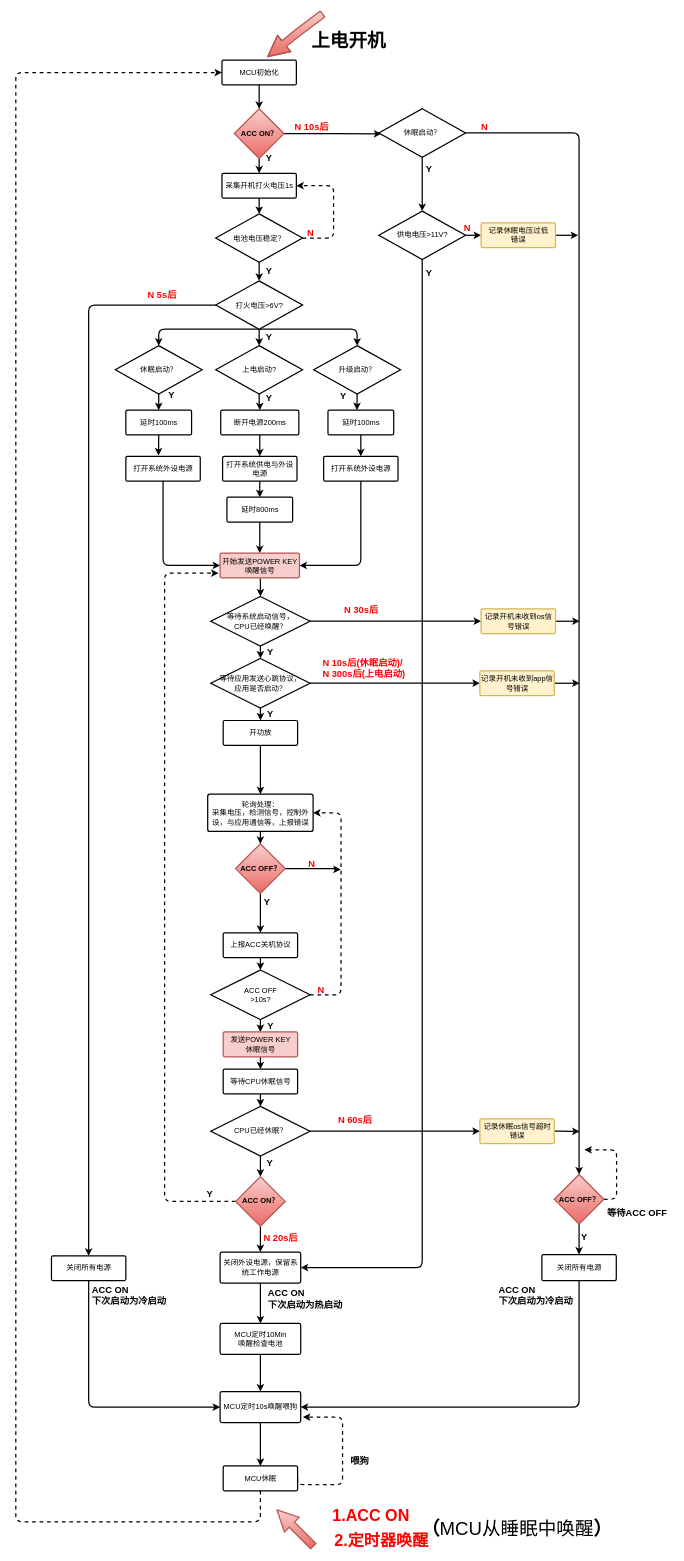
Above: page "第 3 页" (3 of 3) of 009_XIUMING.drawio in yintianlan/Picture_Draw (draw.io), before the change. Source tidied: cells renumbered, new cells numbered last; positions are measured from the earlier drawing's top-left corner, leaving out a move shared by most shapes. Both pictures are drawn from the tidied source at 62%, with x=0, y=0 at pixel (16, 14).
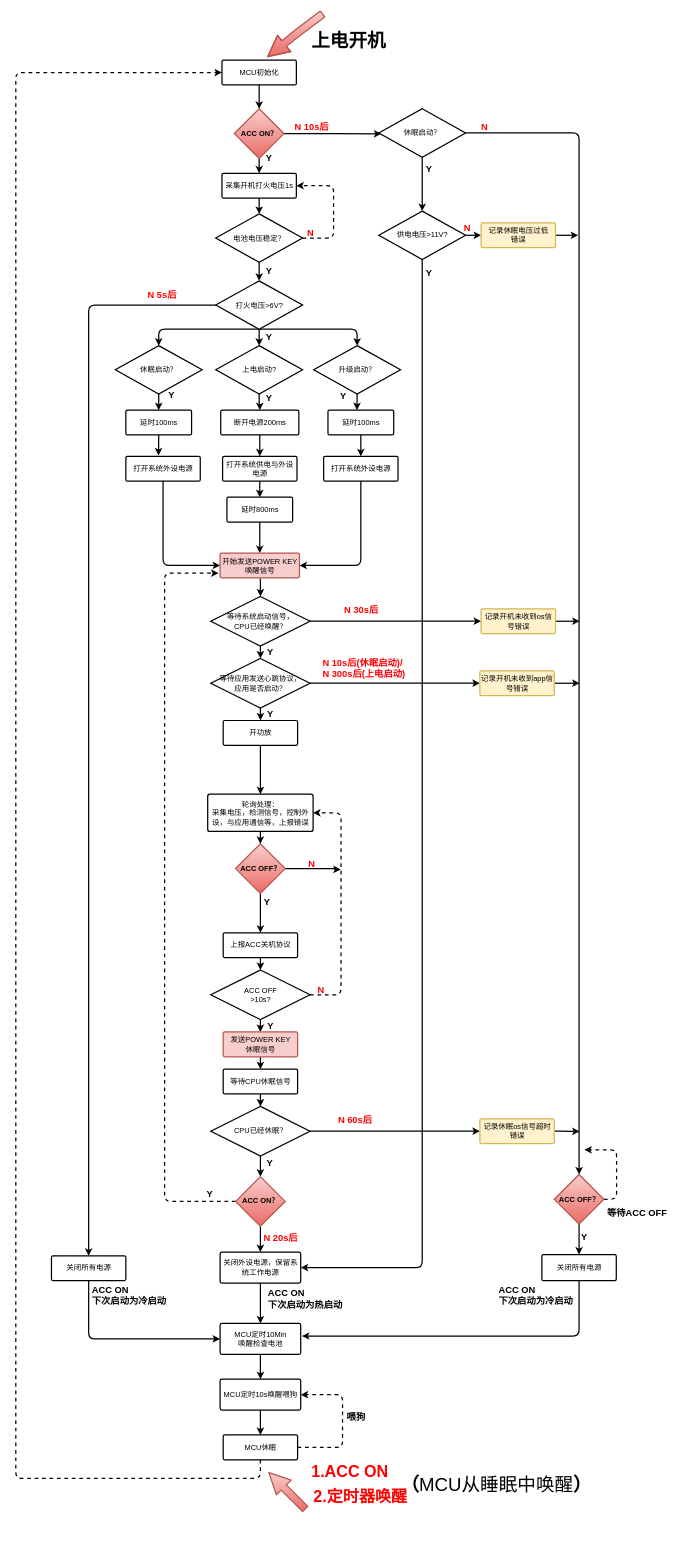
The same diagram, later.

Unchanged cells that the change refers to:
```xml
<mxCell id="40" value="MCU初始化" style="strokeWidth=2;html=1;shape=mxgraph.flowchart.process;whiteSpace=wrap;fontFamily=Helvetica;align=center;" parent="1" vertex="1">
  <mxGeometry x="332.5" y="74.5" width="120" height="40" as="geometry" />
</mxCell>
<mxCell id="67" value="关闭所有电源&lt;br&gt;" style="strokeWidth=2;html=1;shape=mxgraph.flowchart.process;whiteSpace=wrap;fillColor=none;fontFamily=Helvetica;align=center;strokeColor=#000000;" parent="1" vertex="1">
  <mxGeometry x="57.5" y="2003" width="120" height="40" as="geometry" />
</mxCell>
<mxCell id="86" value="关闭所有电源" style="strokeWidth=2;html=1;shape=mxgraph.flowchart.process;whiteSpace=wrap;fillColor=none;fontFamily=Helvetica;align=center;strokeColor=#000000;" parent="1" vertex="1">
  <mxGeometry x="848.5" y="2001" width="120" height="42" as="geometry" />
</mxCell>
<mxCell id="129" value="MCU定时10Min&lt;br&gt;唤醒检查电池" style="strokeWidth=2;html=1;shape=mxgraph.flowchart.process;whiteSpace=wrap;fillColor=none;fontFamily=Helvetica;align=center;strokeColor=#000000;" parent="1" vertex="1">
  <mxGeometry x="329.5" y="2112" width="130" height="50" as="geometry" />
</mxCell>
```

What changed in the source:
```diff
@@
     <mxCell id="28" style="edgeStyle=orthogonalEdgeStyle;rounded=1;jettySize=auto;html=1;exitX=0.5;exitY=1;exitDx=0;exitDy=0;exitPerimeter=0;strokeWidth=2;entryX=0;entryY=0.5;entryDx=0;entryDy=0;entryPerimeter=0;dashed=1;" parent="1" edge="1" source="30" target="40">
       <mxGeometry relative="1" as="geometry">
         <Array as="points">
-          <mxPoint x="395" y="2432" />
-          <mxPoint y="2432" />
-          <mxPoint y="94" />
+          <mxPoint x="395" y="2362" />
+          <mxPoint y="2362" />
+          <mxPoint y="95" />
         </Array>
       </mxGeometry>
     </mxCell>
-    <mxCell id="29" style="edgeStyle=orthogonalEdgeStyle;rounded=1;jettySize=auto;html=1;exitX=1;exitY=0.5;exitDx=0;exitDy=0;exitPerimeter=0;strokeWidth=2;dashed=1;" parent="1" edge="1" source="30">
+    <mxCell id="29" style="edgeStyle=orthogonalEdgeStyle;rounded=1;jettySize=auto;html=1;exitX=1;exitY=0.5;exitDx=0;exitDy=0;exitPerimeter=0;strokeWidth=2;dashed=1;entryX=1;entryY=0.5;entryDx=0;entryDy=0;entryPerimeter=0;" parent="1" edge="1" source="30" target="131">
       <mxGeometry relative="1" as="geometry">
-        <mxPoint x="463" y="2263" as="targetPoint" />
         <Array as="points">
-          <mxPoint x="527" y="2372" />
-          <mxPoint x="527" y="2263" />
+          <mxPoint x="527" y="2312" />
+          <mxPoint x="527" y="2227" />
         </Array>
       </mxGeometry>
     </mxCell>
     <mxCell id="30" value="MCU休眠" style="strokeWidth=2;html=1;shape=mxgraph.flowchart.process;whiteSpace=wrap;fillColor=none;fontFamily=Helvetica;align=center;strokeColor=#000000;" parent="1" vertex="1">
-      <mxGeometry x="334.5" y="2342" width="120" height="40" as="geometry" />
+      <mxGeometry x="334.5" y="2292" width="120" height="40" as="geometry" />
     </mxCell>
@@
     <mxCell id="36" style="shape=flexArrow;endArrow=classic;html=1;fillColor=#f8cecc;strokeWidth=2;fontFamily=Helvetica;fontSize=15;strokeColor=#b85450;gradientColor=#ea6b66;width=10.833333333333334;endSize=10.641666666666667;endWidth=20;" parent="1" edge="1">
       <mxGeometry relative="1" as="geometry">
-        <mxPoint x="480.5" y="2472" as="sourcePoint" />
-        <mxPoint x="420.5" y="2412" as="targetPoint" />
+        <mxPoint x="467.5" y="2412" as="sourcePoint" />
+        <mxPoint x="407.5" y="2352" as="targetPoint" />
       </mxGeometry>
     </mxCell>
@@
-    <mxCell id="66" style="edgeStyle=orthogonalEdgeStyle;rounded=1;jettySize=auto;html=1;exitX=0.5;exitY=1;exitDx=0;exitDy=0;exitPerimeter=0;entryX=0;entryY=0.5;entryDx=0;entryDy=0;entryPerimeter=0;strokeWidth=2;" parent="1" edge="1" source="67" target="131">
+    <mxCell id="66" style="edgeStyle=orthogonalEdgeStyle;rounded=1;jettySize=auto;html=1;exitX=0.5;exitY=1;exitDx=0;exitDy=0;exitPerimeter=0;entryX=0;entryY=0.5;entryDx=0;entryDy=0;entryPerimeter=0;strokeWidth=2;" parent="1" edge="1" source="67" target="129">
       <mxGeometry relative="1" as="geometry" />
     </mxCell>
@@
-    <mxCell id="85" style="edgeStyle=orthogonalEdgeStyle;rounded=1;jettySize=auto;html=1;exitX=0.5;exitY=1;exitDx=0;exitDy=0;exitPerimeter=0;strokeWidth=2;entryX=1;entryY=0.5;entryDx=0;entryDy=0;entryPerimeter=0;" parent="1" edge="1" source="86" target="131">
+    <mxCell id="85" style="edgeStyle=orthogonalEdgeStyle;rounded=1;jettySize=auto;html=1;exitX=0.5;exitY=1;exitDx=0;exitDy=0;exitPerimeter=0;strokeWidth=2;entryX=1.015;entryY=0.407;entryDx=0;entryDy=0;entryPerimeter=0;" parent="1" edge="1" source="86" target="129">
       <mxGeometry relative="1" as="geometry">
         <Array as="points">
-          <mxPoint x="909" y="2247" />
+          <mxPoint x="908" y="2132" />
         </Array>
       </mxGeometry>
     </mxCell>
@@
     <mxCell id="96" value="&lt;font style=&quot;font-size: 26px&quot; color=&quot;#ff0000&quot;&gt;&lt;b&gt;1.ACC ON&lt;/b&gt;&lt;/font&gt;" style="text;html=1;strokeColor=none;fillColor=none;align=center;verticalAlign=middle;whiteSpace=wrap;rounded=0;" parent="1" vertex="1">
-      <mxGeometry x="497.5" y="2412" width="150" height="20" as="geometry" />
+      <mxGeometry x="464" y="2342" width="150" height="20" as="geometry" />
     </mxCell>
@@
     <mxCell id="98" value="&lt;font style=&quot;font-size: 30px&quot;&gt;&lt;b&gt;（&lt;/b&gt;MCU从睡眠中唤醒&lt;b&gt;）&lt;/b&gt;&lt;/font&gt;" style="text;html=1;align=left;verticalAlign=top;spacingTop=-4;fontSize=15;fontFamily=Helvetica;" parent="1" vertex="1">
-      <mxGeometry x="652" y="2422" width="330" height="20" as="geometry" />
+      <mxGeometry x="618.5" y="2352" width="330" height="20" as="geometry" />
     </mxCell>
@@
     <mxCell id="131" value="&lt;span style=&quot;text-align: left ; white-space: nowrap&quot;&gt;MCU定时10s唤醒喂狗&lt;/span&gt;" style="strokeWidth=2;html=1;shape=mxgraph.flowchart.process;whiteSpace=wrap;fillColor=none;fontFamily=Helvetica;align=center;strokeColor=#000000;" parent="1" vertex="1">
-      <mxGeometry x="329.5" y="2222" width="130" height="50" as="geometry" />
+      <mxGeometry x="329.5" y="2202" width="130" height="50" as="geometry" />
     </mxCell>
     <mxCell id="132" value="&lt;font style=&quot;font-size: 26px&quot; color=&quot;#ff0000&quot;&gt;&lt;b&gt;2.定时器唤醒&lt;br&gt;&lt;/b&gt;&lt;/font&gt;" style="text;html=1;strokeColor=none;fillColor=none;align=center;verticalAlign=middle;whiteSpace=wrap;rounded=0;" parent="1" vertex="1">
-      <mxGeometry x="484.5" y="2452" width="210" height="20" as="geometry" />
+      <mxGeometry x="451" y="2382" width="210" height="20" as="geometry" />
     </mxCell>
     <mxCell id="133" value="&lt;b&gt;&lt;font style=&quot;font-size: 15px&quot;&gt;喂狗&lt;/font&gt;&lt;/b&gt;" style="text;html=1;align=left;verticalAlign=top;spacingTop=-4;" parent="1" vertex="1">
-      <mxGeometry x="537.5" y="2322" width="50" height="20" as="geometry" />
+      <mxGeometry x="531.5" y="2252" width="50" height="20" as="geometry" />
     </mxCell>
```
